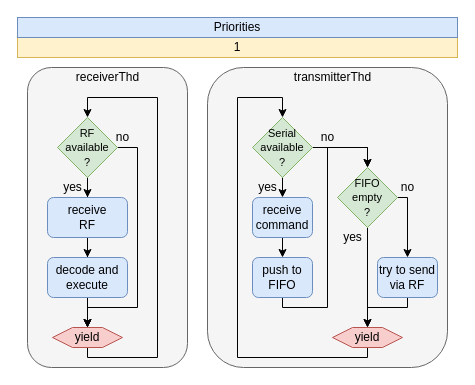
The draw.io diagram documentation/diagrams/SVU_threads.drawio in tjarker/Telemetry, before the edit. Source tidied: cells renumbered, new cells numbered last; positions are measured from the earlier drawing's top-left corner, leaving out a move shared by most shapes. Both pictures are drawn from the tidied source at 100%, with x=0, y=0 at pixel (17, 17).
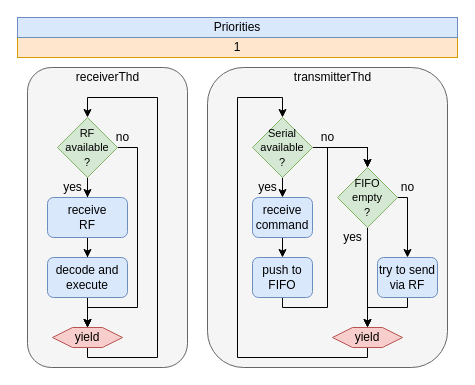
The same diagram, later.

Change to the diagram source:
```diff
@@
-    <mxCell id="2" value="1" style="rounded=0;whiteSpace=wrap;html=1;fillColor=#fff2cc;strokeColor=#d6b656;" parent="1" vertex="1">
+    <mxCell id="2" value="1" style="rounded=0;whiteSpace=wrap;html=1;fillColor=#ffe6cc;strokeColor=#d79b00;" parent="1" vertex="1">
       <mxGeometry y="20" width="440" height="20" as="geometry" />
     </mxCell>
```
